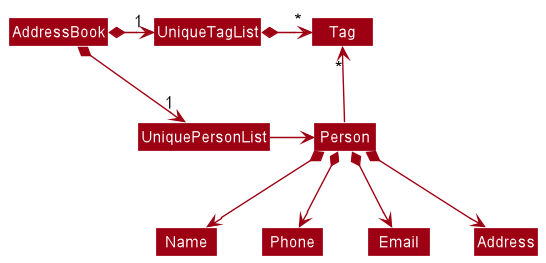
Earlier version of the PlantUML export docs/images/BetterModelClassDiagram.png (nus-cs2103-AY2122S1/tp).
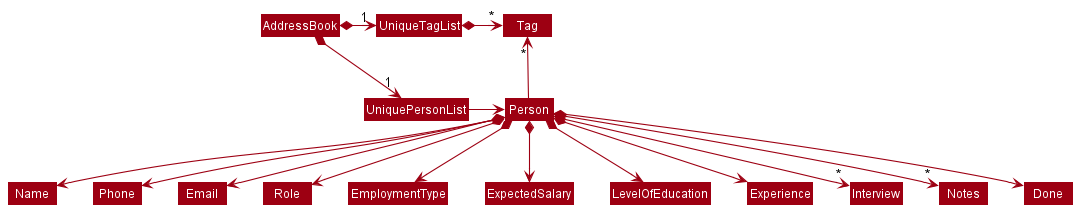
Later version of the same file.

Change to the diagram source:
```diff
@@ -17,5 +17,12 @@
 Person *--> Name
 Person *--> Phone
 Person *--> Email
-Person *--> Address
+Person *--> Role
+Person *--> EmploymentType
+Person *--> ExpectedSalary
+Person *--> LevelOfEducation
+Person *--> Experience
+Person *--> "*" Interview
+Person *--> "*" Notes
+Person *--> Done
 @enduml
```
